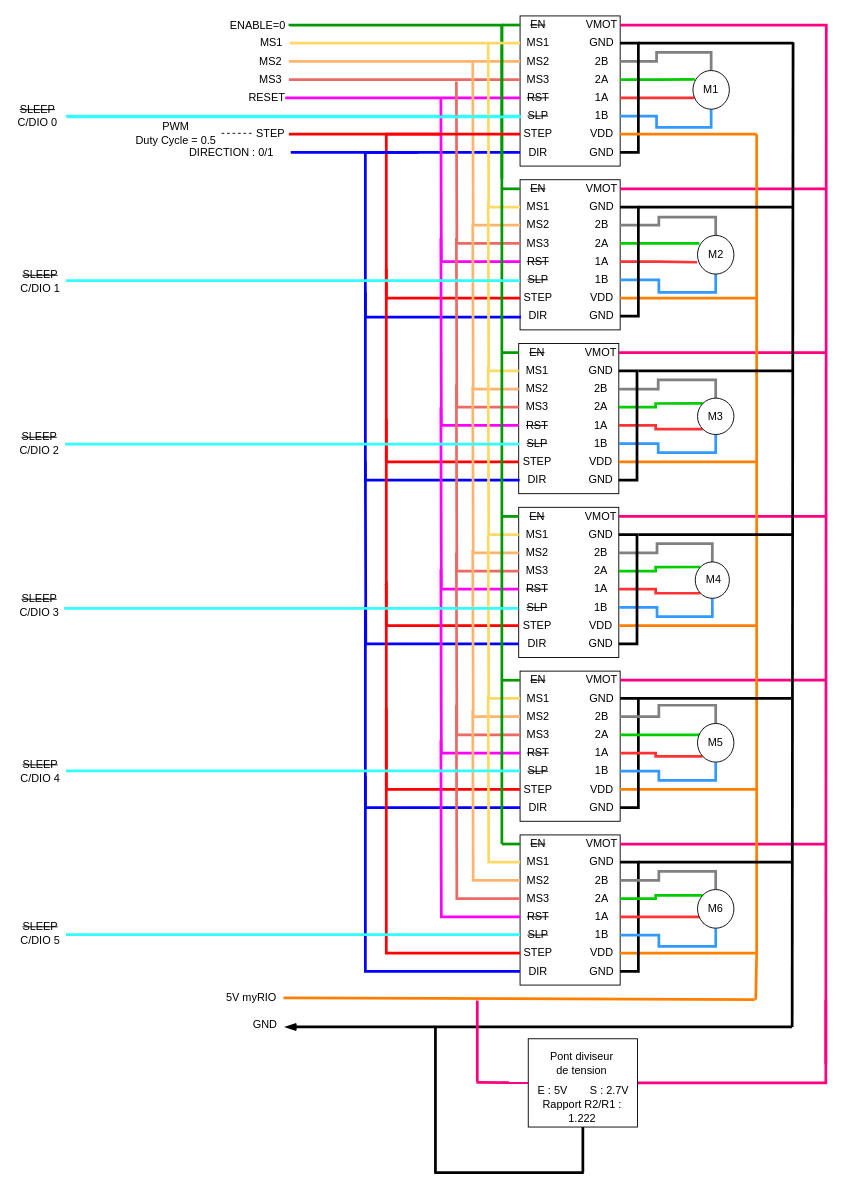
Rubik-s-R2/master keeps this draw.io diagram as DriverBoard.drawio. Above is the earlier version. Source tidied: cells renumbered, new cells numbered last; positions are measured from the earlier drawing's top-left corner, leaving out a move shared by most shapes. Both pictures are drawn from the tidied source at 91%, with x=0, y=0 at pixel (15, 15).
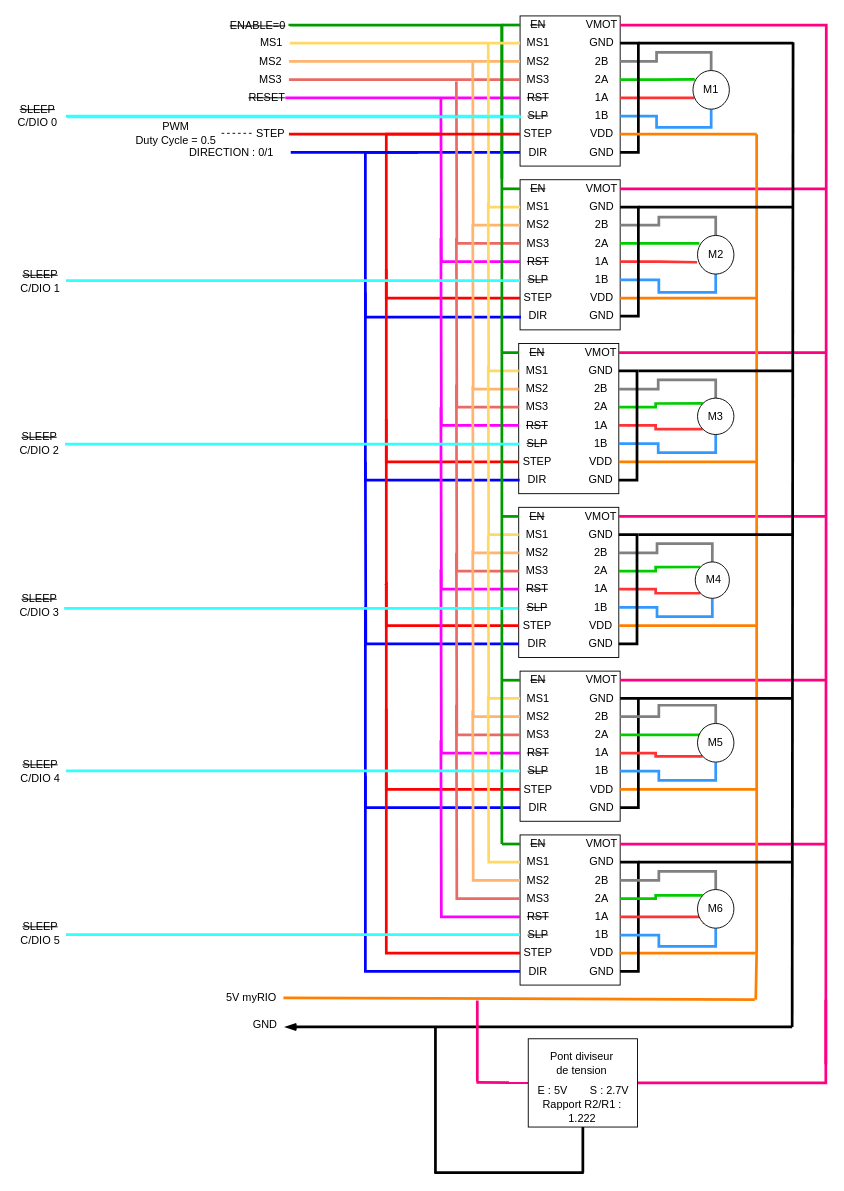
Above is the later version.

What changed in the source:
```diff
@@
-    <mxCell id="173" value="ENABLE=0" style="text;html=1;strokeColor=none;fillColor=none;align=center;verticalAlign=middle;whiteSpace=wrap;rounded=0;" parent="1" vertex="1">
+    <mxCell id="173" value="&lt;strike&gt;ENABLE=0&lt;/strike&gt;" style="text;html=1;strokeColor=none;fillColor=none;align=center;verticalAlign=middle;whiteSpace=wrap;rounded=0;" parent="1" vertex="1">
       <mxGeometry x="231" y="1" width="70" height="20" as="geometry" />
     </mxCell>
@@
-    <mxCell id="224" value="RESET" style="text;html=1;strokeColor=none;fillColor=none;align=center;verticalAlign=middle;whiteSpace=wrap;rounded=0;" parent="1" vertex="1">
+    <mxCell id="224" value="&lt;strike&gt;RESET&lt;/strike&gt;" style="text;html=1;strokeColor=none;fillColor=none;align=center;verticalAlign=middle;whiteSpace=wrap;rounded=0;" parent="1" vertex="1">
       <mxGeometry x="256" y="80" width="40" height="20" as="geometry" />
     </mxCell>
```
